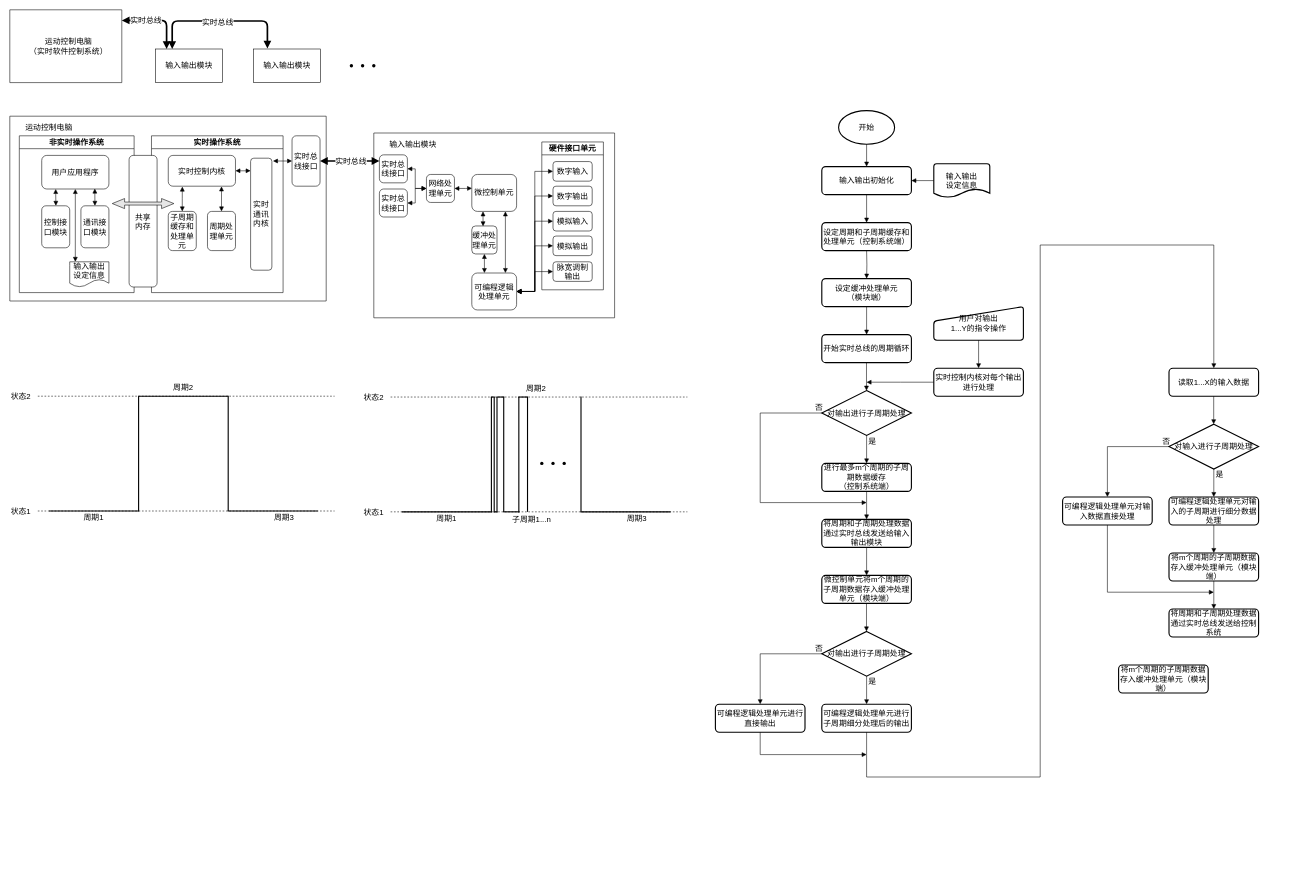
leeywin/work keeps this draw.io diagram as patent/drawing/Untitled Diagram.drawio. Above is the earlier version. Source tidied: cells renumbered, new cells numbered last; positions are measured from the earlier drawing's top-left corner, leaving out a move shared by most shapes. Both pictures are drawn from the tidied source at 56%, with x=0, y=0 at pixel (10, 10).
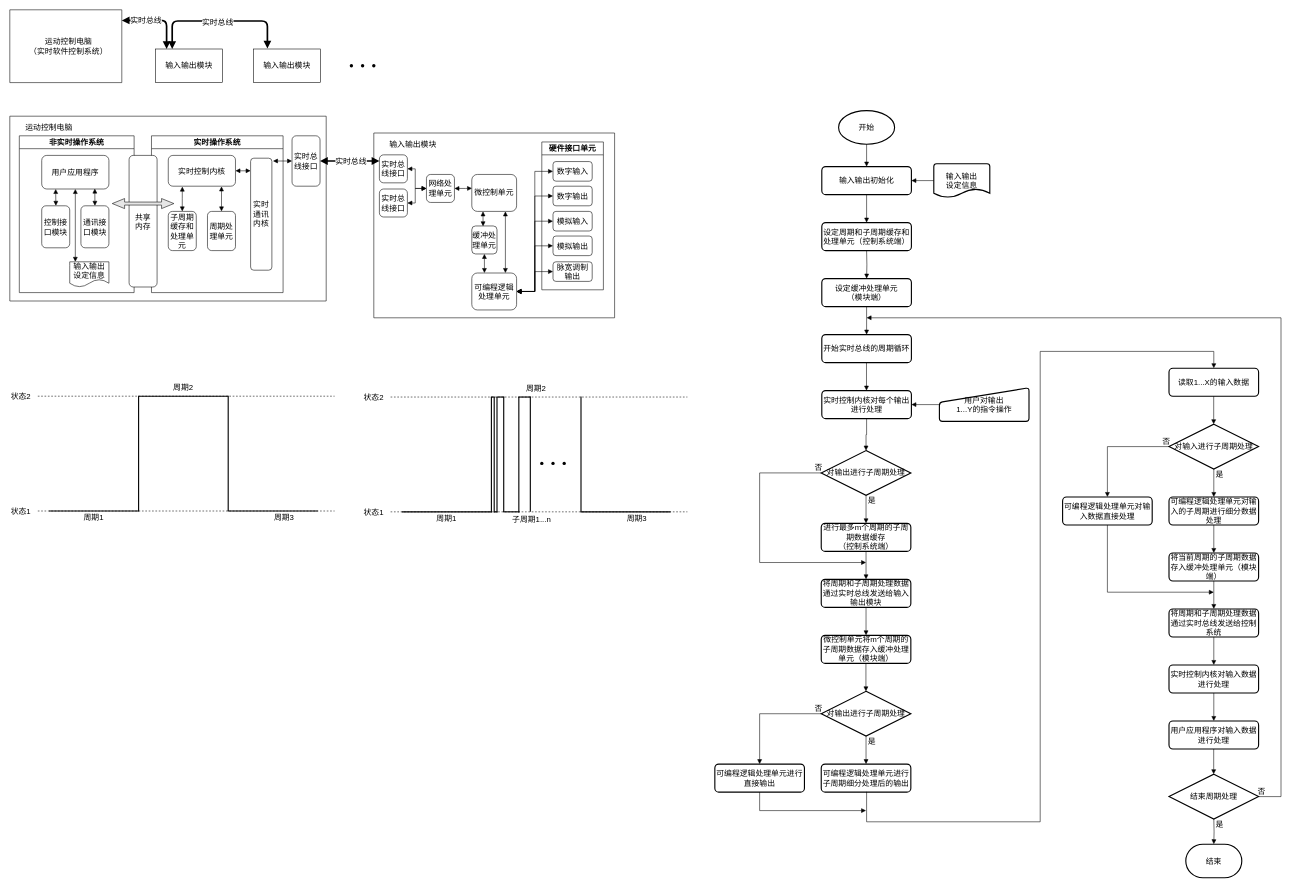
After the change.

The change refers to these unchanged cells:
```xml
<mxCell id="140" value="读取1...X的输入数据" style="rounded=1;whiteSpace=wrap;html=1;absoluteArcSize=1;arcSize=14;strokeWidth=2;shadow=0;fontSize=14;fillColor=none;" parent="103" vertex="1">
  <mxGeometry x="2070" y="640" width="160" height="50" as="geometry" />
</mxCell>
```

What changed in the source:
```diff
@@
     <mxCell id="96" style="line;strokeWidth=2;html=1;shadow=0;fontSize=14;fillColor=#E6E6E6;" parent="64" vertex="1">
-      <mxGeometry x="908" y="685" width="16" height="13" as="geometry" />
+      <mxGeometry x="908" y="685" width="22" height="13" as="geometry" />
     </mxCell>
@@
     <mxCell id="101" style="line;strokeWidth=2;direction=south;html=1;fontSize=14;fillColor=#E6E6E6;shadow=0;" parent="64" vertex="1">
-      <mxGeometry x="919.5" y="690.5" width="10" height="206" as="geometry" />
+      <mxGeometry x="924.5" y="690.5" width="10" height="206" as="geometry" />
     </mxCell>
@@
     <mxCell id="116" style="edgeStyle=orthogonalEdgeStyle;rounded=0;jettySize=auto;html=1;fontSize=14;startArrow=none;startFill=0;endArrow=block;endFill=1;strokeWidth=1;fillColor=#E6E6E6;" parent="103" edge="1" source="117">
       <mxGeometry relative="1" as="geometry">
-        <mxPoint x="1530" y="880" as="targetPoint" />
+        <mxPoint x="1529" y="987" as="targetPoint" />
         <Array as="points">
-          <mxPoint x="1340" y="720" />
-          <mxPoint x="1340" y="880" />
+          <mxPoint x="1339" y="827" />
+          <mxPoint x="1339" y="987" />
         </Array>
       </mxGeometry>
     </mxCell>
     <mxCell id="117" value="&lt;span&gt;对输出进行子周期处理&lt;/span&gt;" style="strokeWidth=2;html=1;shape=mxgraph.flowchart.decision;whiteSpace=wrap;shadow=0;fontSize=14;fillColor=none;" parent="103" vertex="1">
-      <mxGeometry x="1450" y="680" width="160" height="80" as="geometry" />
+      <mxGeometry x="1449" y="787" width="160" height="80" as="geometry" />
     </mxCell>
@@
     <mxCell id="119" value="用户对输出&lt;br&gt;1...Y的指令操作" style="html=1;strokeWidth=2;shape=manualInput;whiteSpace=wrap;rounded=1;size=26;arcSize=11;shadow=0;fontSize=14;fillColor=none;" parent="103" vertex="1">
-      <mxGeometry x="1650" y="530" width="160" height="60" as="geometry" />
+      <mxGeometry x="1660" y="675" width="160" height="60" as="geometry" />
     </mxCell>
     <mxCell id="120" style="edgeStyle=orthogonalEdgeStyle;rounded=0;jettySize=auto;html=1;fontSize=14;startArrow=none;startFill=0;endArrow=block;endFill=1;fillColor=#E6E6E6;" parent="103" edge="1" target="121">
       <mxGeometry relative="1" as="geometry">
-        <mxPoint x="1530" y="760" as="sourcePoint" />
+        <mxPoint x="1529" y="867" as="sourcePoint" />
         <Array as="points">
-          <mxPoint x="1530" y="810" />
-          <mxPoint x="1530" y="810" />
+          <mxPoint x="1529" y="917" />
+          <mxPoint x="1529" y="917" />
         </Array>
       </mxGeometry>
     </mxCell>
     <mxCell id="121" value="进行最多m个周期的子周期数据缓存&lt;br&gt;（控制系统端）" style="rounded=1;whiteSpace=wrap;html=1;absoluteArcSize=1;arcSize=14;strokeWidth=2;shadow=0;fontSize=14;fillColor=none;" parent="103" vertex="1">
-      <mxGeometry x="1450" y="810" width="160" height="50" as="geometry" />
+      <mxGeometry x="1449" y="917" width="160" height="50" as="geometry" />
     </mxCell>
     <mxCell id="122" value="是" style="text;html=1;align=center;verticalAlign=middle;strokeColor=none;fontSize=14;" parent="103" vertex="1">
-      <mxGeometry x="1525" y="760" width="30" height="20" as="geometry" />
+      <mxGeometry x="1524" y="867" width="30" height="20" as="geometry" />
     </mxCell>
     <mxCell id="123" value="否" style="text;html=1;align=center;verticalAlign=middle;strokeColor=none;fontSize=14;" parent="103" vertex="1">
-      <mxGeometry x="1430" y="700" width="30" height="20" as="geometry" />
+      <mxGeometry x="1429" y="807" width="30" height="20" as="geometry" />
     </mxCell>
     <mxCell id="124" style="edgeStyle=orthogonalEdgeStyle;rounded=0;jettySize=auto;html=1;fontSize=14;startArrow=none;startFill=0;endArrow=block;endFill=1;fillColor=#E6E6E6;" parent="103" edge="1" target="125">
       <mxGeometry relative="1" as="geometry">
-        <mxPoint x="1530" y="860" as="sourcePoint" />
+        <mxPoint x="1529" y="967" as="sourcePoint" />
         <Array as="points">
-          <mxPoint x="1530" y="910" />
-          <mxPoint x="1530" y="910" />
+          <mxPoint x="1529" y="1017" />
+          <mxPoint x="1529" y="1017" />
         </Array>
       </mxGeometry>
     </mxCell>
     <mxCell id="125" value="将周期和子周期处理数据通过实时总线发送给输入输出模块" style="rounded=1;whiteSpace=wrap;html=1;absoluteArcSize=1;arcSize=14;strokeWidth=2;shadow=0;fontSize=14;fillColor=none;" parent="103" vertex="1">
-      <mxGeometry x="1450" y="910" width="160" height="50" as="geometry" />
+      <mxGeometry x="1449" y="1017" width="160" height="50" as="geometry" />
     </mxCell>
     <mxCell id="126" style="edgeStyle=orthogonalEdgeStyle;rounded=0;jettySize=auto;html=1;fontSize=14;startArrow=none;startFill=0;endArrow=block;endFill=1;fillColor=#E6E6E6;" parent="103" edge="1" target="127">
       <mxGeometry relative="1" as="geometry">
-        <mxPoint x="1530" y="960" as="sourcePoint" />
+        <mxPoint x="1529" y="1067" as="sourcePoint" />
         <Array as="points">
-          <mxPoint x="1530" y="1010" />
-          <mxPoint x="1530" y="1010" />
+          <mxPoint x="1529" y="1117" />
+          <mxPoint x="1529" y="1117" />
         </Array>
       </mxGeometry>
     </mxCell>
     <mxCell id="127" value="微控制单元将m个周期的子周期数据存入缓冲处理单元（模块端）" style="rounded=1;whiteSpace=wrap;html=1;absoluteArcSize=1;arcSize=14;strokeWidth=2;shadow=0;fontSize=14;fillColor=none;" parent="103" vertex="1">
-      <mxGeometry x="1450" y="1010" width="160" height="50" as="geometry" />
+      <mxGeometry x="1449" y="1117" width="160" height="50" as="geometry" />
     </mxCell>
-    <mxCell id="128" style="edgeStyle=orthogonalEdgeStyle;rounded=0;jettySize=auto;html=1;fontSize=14;startArrow=none;startFill=0;endArrow=block;endFill=1;strokeWidth=1;fillColor=#E6E6E6;" parent="103" edge="1" source="129">
-      <mxGeometry relative="1" as="geometry">
-        <mxPoint x="1530" y="665" as="targetPoint" />
-      </mxGeometry>
+    <mxCell id="128" style="edgeStyle=orthogonalEdgeStyle;rounded=0;jettySize=auto;html=1;fontSize=14;startArrow=none;startFill=0;endArrow=block;endFill=1;strokeWidth=1;fillColor=#E6E6E6;entryX=0.5;entryY=0;entryDx=0;entryDy=0;entryPerimeter=0;" parent="103" edge="1" source="129" target="117">
+      <mxGeometry relative="1" as="geometry" />
     </mxCell>
     <mxCell id="129" value="实时控制内核对每个输出进行处理" style="rounded=1;whiteSpace=wrap;html=1;absoluteArcSize=1;arcSize=14;strokeWidth=2;shadow=0;fontSize=14;fillColor=none;" parent="103" vertex="1">
-      <mxGeometry x="1650" y="640" width="160" height="50" as="geometry" />
+      <mxGeometry x="1450" y="680" width="160" height="50" as="geometry" />
     </mxCell>
     <mxCell id="130" style="edgeStyle=orthogonalEdgeStyle;rounded=0;orthogonalLoop=1;jettySize=auto;html=1;fontSize=14;startArrow=none;startFill=0;endArrow=block;endFill=1;fillColor=#E6E6E6;" parent="103" edge="1">
       <mxGeometry relative="1" as="geometry">
-        <mxPoint x="1529.8" y="1060" as="sourcePoint" />
-        <mxPoint x="1529.8" y="1110" as="targetPoint" />
+        <mxPoint x="1528.8" y="1167" as="sourcePoint" />
+        <mxPoint x="1528.8" y="1217" as="targetPoint" />
         <Array as="points">
-          <mxPoint x="1529.8" y="1110" />
-          <mxPoint x="1529.8" y="1110" />
+          <mxPoint x="1528.8" y="1217" />
+          <mxPoint x="1528.8" y="1217" />
         </Array>
       </mxGeometry>
     </mxCell>
     <mxCell id="131" style="edgeStyle=orthogonalEdgeStyle;rounded=0;jettySize=auto;html=1;fontSize=14;startArrow=none;startFill=0;endArrow=block;endFill=1;strokeWidth=1;fillColor=#E6E6E6;entryX=0.5;entryY=0;entryDx=0;entryDy=0;" parent="103" edge="1" source="132" target="139">
       <mxGeometry relative="1" as="geometry">
         <Array as="points">
-          <mxPoint x="1340" y="1150" />
+          <mxPoint x="1339" y="1257" />
         </Array>
       </mxGeometry>
     </mxCell>
     <mxCell id="132" value="&lt;span&gt;对输出进行子周期处理&lt;/span&gt;" style="strokeWidth=2;html=1;shape=mxgraph.flowchart.decision;whiteSpace=wrap;shadow=0;fontSize=14;fillColor=none;" parent="103" vertex="1">
-      <mxGeometry x="1450" y="1110" width="160" height="80" as="geometry" />
+      <mxGeometry x="1449" y="1217" width="160" height="80" as="geometry" />
     </mxCell>
     <mxCell id="133" style="edgeStyle=orthogonalEdgeStyle;rounded=0;jettySize=auto;html=1;fontSize=14;startArrow=none;startFill=0;endArrow=block;endFill=1;fillColor=#E6E6E6;" parent="103" edge="1" target="135">
       <mxGeometry relative="1" as="geometry">
-        <mxPoint x="1530" y="1190" as="sourcePoint" />
+        <mxPoint x="1529" y="1297" as="sourcePoint" />
         <Array as="points">
-          <mxPoint x="1530" y="1240" />
-          <mxPoint x="1530" y="1240" />
+          <mxPoint x="1529" y="1347" />
+          <mxPoint x="1529" y="1347" />
         </Array>
       </mxGeometry>
     </mxCell>
     <mxCell id="134" style="edgeStyle=orthogonalEdgeStyle;rounded=0;jettySize=auto;html=1;fontSize=14;startArrow=none;startFill=0;endArrow=block;endFill=1;strokeWidth=1;fillColor=#E6E6E6;entryX=0.5;entryY=0;entryDx=0;entryDy=0;exitX=0.5;exitY=1;exitDx=0;exitDy=0;" parent="103" edge="1" source="135" target="140">
       <mxGeometry relative="1" as="geometry">
         <Array as="points">
-          <mxPoint x="1530" y="1370" />
-          <mxPoint x="1840" y="1370" />
-          <mxPoint x="1840" y="420" />
-          <mxPoint x="2150" y="420" />
+          <mxPoint x="1530" y="1450" />
+          <mxPoint x="1840" y="1450" />
+          <mxPoint x="1840" y="610" />
+          <mxPoint x="2150" y="610" />
         </Array>
       </mxGeometry>
     </mxCell>
     <mxCell id="135" value="可编程逻辑处理单元进行子周期细分处理后的输出" style="rounded=1;whiteSpace=wrap;html=1;absoluteArcSize=1;arcSize=14;strokeWidth=2;shadow=0;fontSize=14;fillColor=none;" parent="103" vertex="1">
-      <mxGeometry x="1450" y="1240" width="160" height="50" as="geometry" />
+      <mxGeometry x="1449" y="1347" width="160" height="50" as="geometry" />
     </mxCell>
     <mxCell id="136" value="是" style="text;html=1;align=center;verticalAlign=middle;strokeColor=none;fontSize=14;" parent="103" vertex="1">
-      <mxGeometry x="1525" y="1190" width="30" height="20" as="geometry" />
+      <mxGeometry x="1524" y="1297" width="30" height="20" as="geometry" />
     </mxCell>
     <mxCell id="137" value="否" style="text;html=1;align=center;verticalAlign=middle;strokeColor=none;fontSize=14;" parent="103" vertex="1">
-      <mxGeometry x="1430" y="1130" width="30" height="20" as="geometry" />
+      <mxGeometry x="1429" y="1237" width="30" height="20" as="geometry" />
     </mxCell>
     <mxCell id="138" style="edgeStyle=orthogonalEdgeStyle;rounded=0;jettySize=auto;html=1;exitX=0.5;exitY=1;exitDx=0;exitDy=0;fontSize=14;startArrow=none;startFill=0;endArrow=block;endFill=1;strokeWidth=1;fillColor=#E6E6E6;" parent="103" edge="1" source="139">
       <mxGeometry relative="1" as="geometry">
-        <mxPoint x="1530" y="1330" as="targetPoint" />
+        <mxPoint x="1529" y="1430" as="targetPoint" />
         <Array as="points">
-          <mxPoint x="1340" y="1330" />
+          <mxPoint x="1339" y="1430" />
+          <mxPoint x="1529" y="1430" />
         </Array>
       </mxGeometry>
     </mxCell>
     <mxCell id="139" value="可编程逻辑处理单元进行直接输出" style="rounded=1;whiteSpace=wrap;html=1;absoluteArcSize=1;arcSize=14;strokeWidth=2;shadow=0;fontSize=14;fillColor=none;" parent="103" vertex="1">
-      <mxGeometry x="1260" y="1240" width="160" height="50" as="geometry" />
+      <mxGeometry x="1259" y="1347" width="160" height="50" as="geometry" />
     </mxCell>
@@
-    <mxCell id="151" value="将m个周期的子周期数据存入缓冲处理单元（模块端）" style="rounded=1;whiteSpace=wrap;html=1;absoluteArcSize=1;arcSize=14;strokeWidth=2;shadow=0;fontSize=14;fillColor=none;" parent="103" vertex="1">
+    <mxCell id="151" value="将当前周期的子周期数据存入缓冲处理单元（模块端）" style="rounded=1;whiteSpace=wrap;html=1;absoluteArcSize=1;arcSize=14;strokeWidth=2;shadow=0;fontSize=14;fillColor=none;" parent="103" vertex="1">
       <mxGeometry x="2070" y="970" width="160" height="50" as="geometry" />
     </mxCell>
@@
-    <mxCell id="154" value="将m个周期的子周期数据存入缓冲处理单元（模块端）" style="rounded=1;whiteSpace=wrap;html=1;absoluteArcSize=1;arcSize=14;strokeWidth=2;shadow=0;fontSize=14;fillColor=none;" parent="103" vertex="1">
-      <mxGeometry x="1980" y="1170" width="160" height="50" as="geometry" />
-    </mxCell>
+    <mxCell id="155" style="edgeStyle=orthogonalEdgeStyle;rounded=0;jettySize=auto;html=1;fontSize=14;startArrow=none;startFill=0;endArrow=block;endFill=1;fillColor=#E6E6E6;" parent="103" edge="1" target="156">
+      <mxGeometry relative="1" as="geometry">
+        <mxPoint x="2150" y="1120" as="sourcePoint" />
+        <Array as="points">
+          <mxPoint x="2150" y="1170" />
+          <mxPoint x="2150" y="1170" />
+        </Array>
+      </mxGeometry>
+    </mxCell>
+    <mxCell id="156" value="实时控制内核对输入数据进行处理" style="rounded=1;whiteSpace=wrap;html=1;absoluteArcSize=1;arcSize=14;strokeWidth=2;shadow=0;fontSize=14;fillColor=none;" parent="103" vertex="1">
+      <mxGeometry x="2070" y="1170" width="160" height="50" as="geometry" />
+    </mxCell>
+    <mxCell id="157" style="edgeStyle=orthogonalEdgeStyle;rounded=0;jettySize=auto;html=1;fontSize=14;startArrow=none;startFill=0;endArrow=block;endFill=1;fillColor=#E6E6E6;" parent="103" edge="1" target="158">
+      <mxGeometry relative="1" as="geometry">
+        <mxPoint x="2150" y="1220" as="sourcePoint" />
+        <Array as="points">
+          <mxPoint x="2150" y="1270" />
+          <mxPoint x="2150" y="1270" />
+        </Array>
+      </mxGeometry>
+    </mxCell>
+    <mxCell id="158" value="用户应用程序对输入数据进行处理" style="rounded=1;whiteSpace=wrap;html=1;absoluteArcSize=1;arcSize=14;strokeWidth=2;shadow=0;fontSize=14;fillColor=none;" parent="103" vertex="1">
+      <mxGeometry x="2070" y="1270" width="160" height="50" as="geometry" />
+    </mxCell>
+    <mxCell id="159" style="edgeStyle=orthogonalEdgeStyle;rounded=0;orthogonalLoop=1;jettySize=auto;html=1;fontSize=14;startArrow=none;startFill=0;endArrow=block;endFill=1;fillColor=#E6E6E6;" parent="103" edge="1">
+      <mxGeometry relative="1" as="geometry">
+        <mxPoint x="2150" y="1320" as="sourcePoint" />
+        <mxPoint x="2149.8" y="1365" as="targetPoint" />
+        <Array as="points">
+          <mxPoint x="2149.8" y="1365" />
+          <mxPoint x="2149.8" y="1365" />
+        </Array>
+      </mxGeometry>
+    </mxCell>
+    <mxCell id="160" style="edgeStyle=orthogonalEdgeStyle;rounded=0;jettySize=auto;html=1;fontSize=14;startArrow=none;startFill=0;endArrow=block;endFill=1;strokeWidth=1;fillColor=#E6E6E6;exitX=1;exitY=0.5;exitDx=0;exitDy=0;exitPerimeter=0;" parent="103" edge="1" source="161">
+      <mxGeometry relative="1" as="geometry">
+        <mxPoint x="1530" y="550" as="targetPoint" />
+        <Array as="points">
+          <mxPoint x="2270" y="1405" />
+        </Array>
+      </mxGeometry>
+    </mxCell>
+    <mxCell id="161" value="&lt;span&gt;结束周期处理&lt;/span&gt;" style="strokeWidth=2;html=1;shape=mxgraph.flowchart.decision;whiteSpace=wrap;shadow=0;fontSize=14;fillColor=none;" parent="103" vertex="1">
+      <mxGeometry x="2070" y="1365" width="160" height="80" as="geometry" />
+    </mxCell>
+    <mxCell id="162" style="edgeStyle=orthogonalEdgeStyle;rounded=0;jettySize=auto;html=1;fontSize=14;startArrow=none;startFill=0;endArrow=block;endFill=1;fillColor=#E6E6E6;entryX=0.5;entryY=0;entryDx=0;entryDy=0;entryPerimeter=0;" parent="103" edge="1" target="165">
+      <mxGeometry relative="1" as="geometry">
+        <mxPoint x="2150" y="1445" as="sourcePoint" />
+      </mxGeometry>
+    </mxCell>
+    <mxCell id="163" value="是" style="text;html=1;align=center;verticalAlign=middle;strokeColor=none;fontSize=14;" parent="103" vertex="1">
+      <mxGeometry x="2145" y="1445" width="30" height="20" as="geometry" />
+    </mxCell>
+    <mxCell id="164" value="否" style="text;html=1;align=center;verticalAlign=middle;strokeColor=none;fontSize=14;" parent="103" vertex="1">
+      <mxGeometry x="2220" y="1385" width="30" height="20" as="geometry" />
+    </mxCell>
+    <mxCell id="165" value="结束" style="strokeWidth=2;html=1;shape=mxgraph.flowchart.terminator;whiteSpace=wrap;shadow=0;fontSize=14;fillColor=none;" parent="103" vertex="1">
+      <mxGeometry x="2100" y="1490" width="100" height="60" as="geometry" />
+    </mxCell>
```
